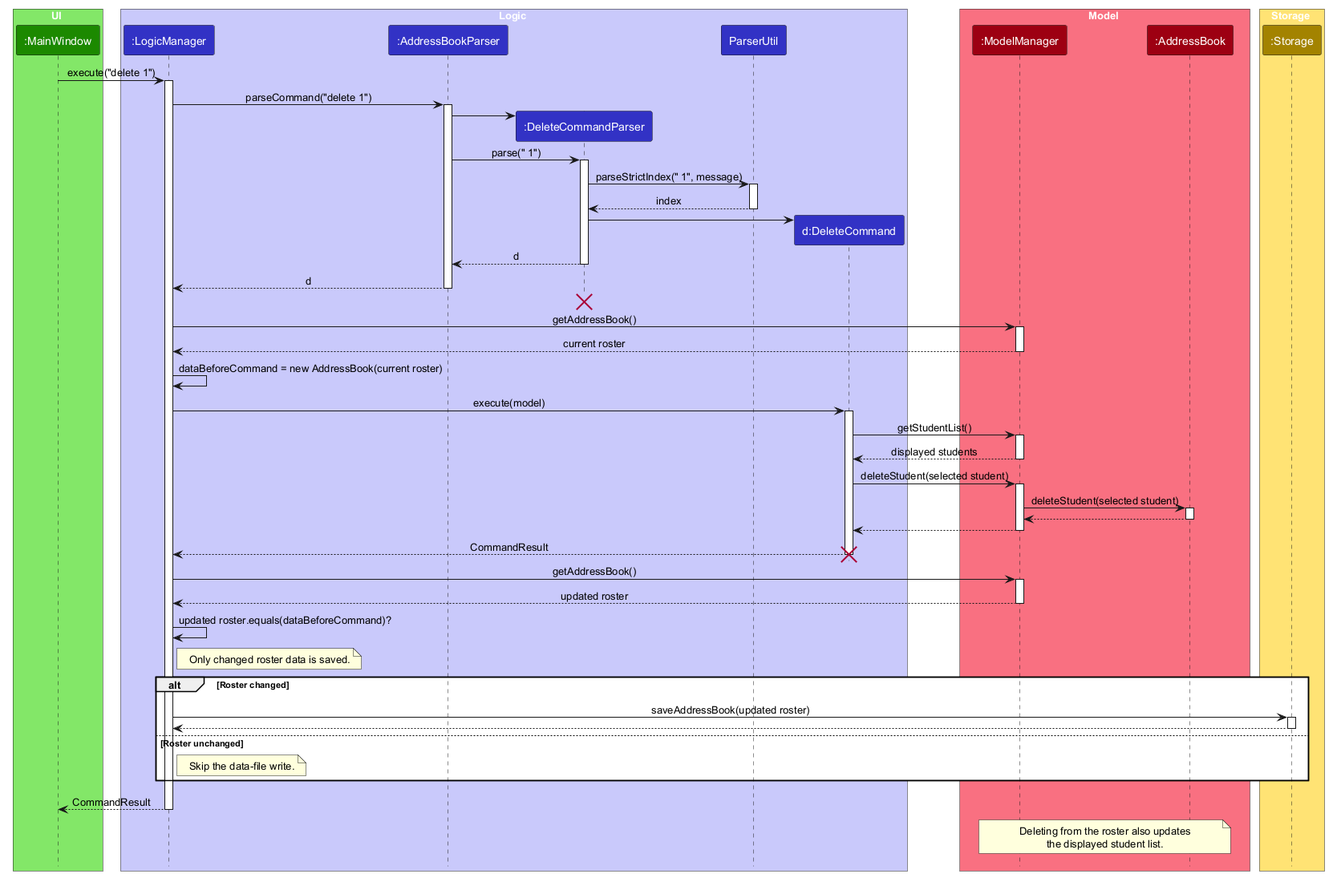
Before: docs/images/StudentDeleteSequenceDiagram.png, a diagram exported from PlantUML (AY2627S1-CS2103-F12-1/tp).
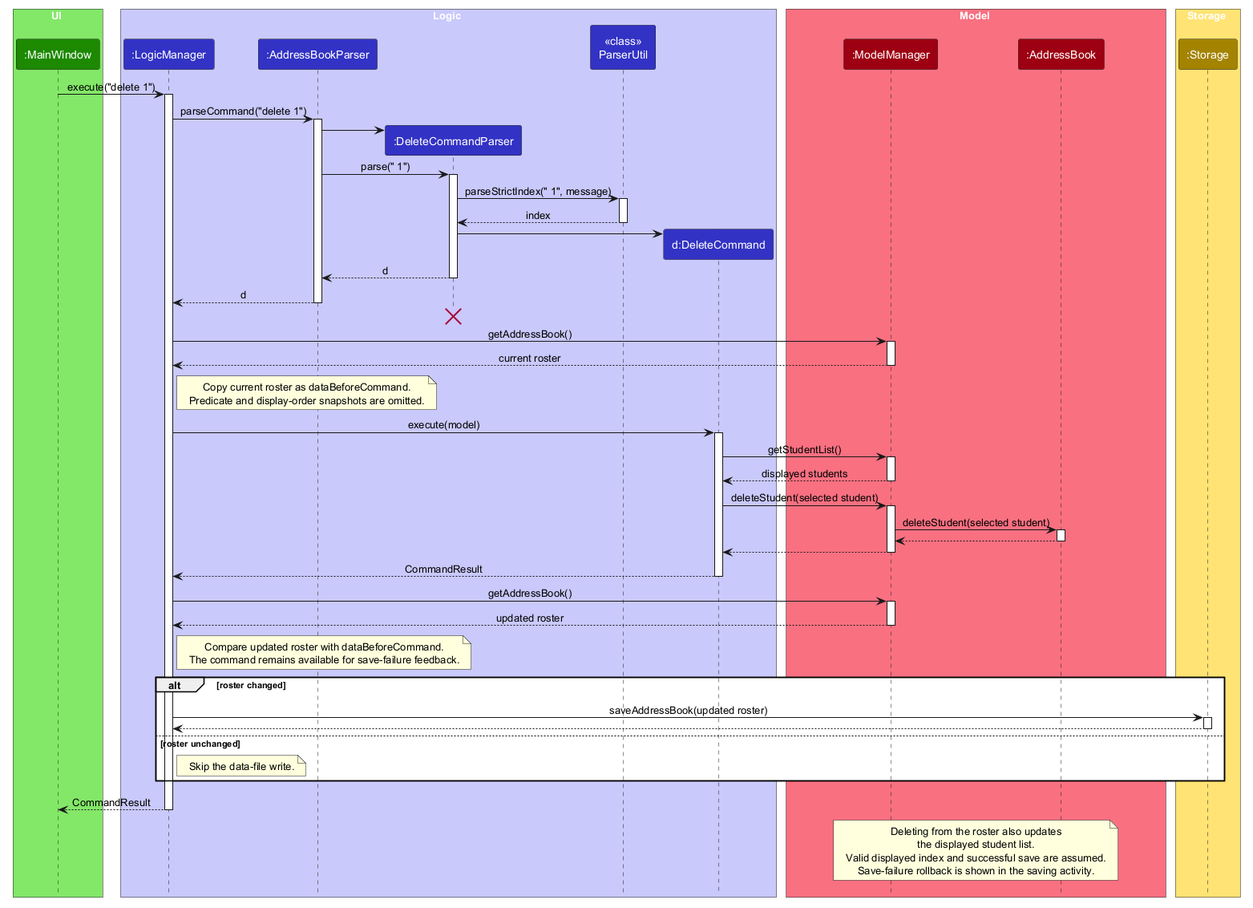
The same diagram one commit later.

The edit, as a diff of the source:
```diff
@@ -10,7 +10,7 @@
 participant ":LogicManager" as LogicManager LOGIC_COLOR
 participant ":AddressBookParser" as AddressBookParser LOGIC_COLOR
 participant ":DeleteCommandParser" as DeleteCommandParser LOGIC_COLOR
-participant "ParserUtil" as ParserUtil LOGIC_COLOR
+participant "<<class>>\nParserUtil" as ParserUtil LOGIC_COLOR
 participant "d:DeleteCommand" as DeleteCommand LOGIC_COLOR
 end box
 
@@ -51,7 +51,10 @@
 activate ModelManager
 ModelManager --> LogicManager : current roster
 deactivate ModelManager
-LogicManager -> LogicManager : dataBeforeCommand = new AddressBook(current roster)
+note right of LogicManager
+  Copy current roster as dataBeforeCommand.
+  Predicate and display-order snapshots are omitted.
+end note
 
 LogicManager -> DeleteCommand : execute(model)
 activate DeleteCommand
@@ -71,23 +74,22 @@
 
 DeleteCommand --> LogicManager : CommandResult
 deactivate DeleteCommand
-destroy DeleteCommand
 
 LogicManager -> ModelManager : getAddressBook()
 activate ModelManager
 ModelManager --> LogicManager : updated roster
 deactivate ModelManager
-LogicManager -> LogicManager : updated roster.equals(dataBeforeCommand)?
 note right of LogicManager
-  Only changed roster data is saved.
+  Compare updated roster with dataBeforeCommand.
+  The command remains available for save-failure feedback.
 end note
 
-alt Roster changed
+alt roster changed
   LogicManager -> Storage : saveAddressBook(updated roster)
   activate Storage
   Storage --> LogicManager
   deactivate Storage
-else Roster unchanged
+else roster unchanged
   note right of LogicManager
     Skip the data-file write.
   end note
@@ -99,5 +101,7 @@
 note over ModelManager, AddressBook
   Deleting from the roster also updates
   the displayed student list.
+  Valid displayed index and successful save are assumed.
+  Save-failure rollback is shown in the saving activity.
 end note
 @enduml
```
